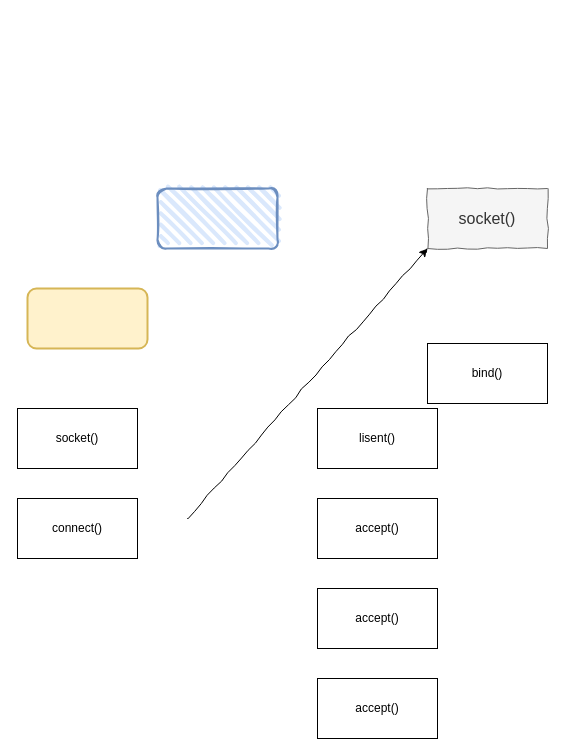
Earlier version of the draw.io diagram Untitled Diagram.drawio (muxicode/c153080686). Source tidied: cells renumbered, new cells numbered last; positions are measured from the earlier drawing's top-left corner, leaving out a move shared by most shapes. Both pictures are drawn from the tidied source at 100%, with x=0, y=0 at pixel (17, 188).
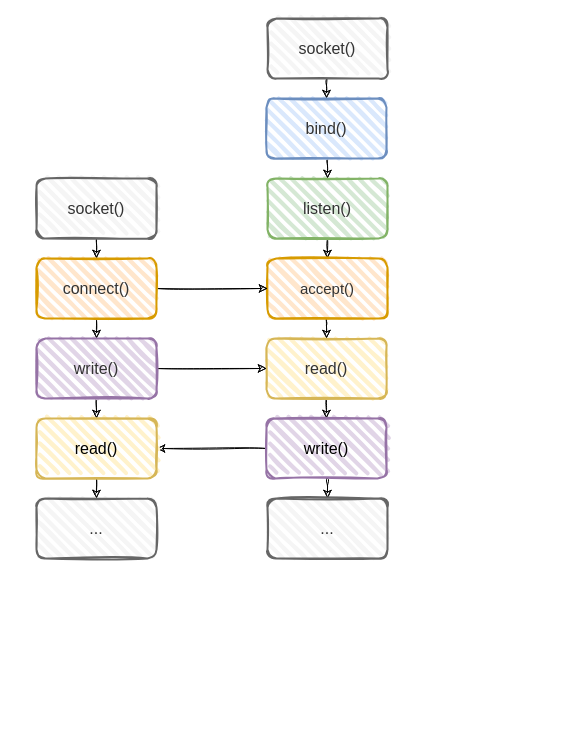
The same page after the edit.

Commit message:
普通socket交互图

What changed in the source:
```diff
@@
-    <mxCell id="2" value="socket()" style="whiteSpace=wrap;html=1;fontSize=16;fillColor=#f5f5f5;strokeColor=#666666;fontColor=#333333;gradientColor=none;comic=1;" parent="1" vertex="1">
-      <mxGeometry x="410" width="120" height="60" as="geometry" />
-    </mxCell>
+    <mxCell id="13" style="edgeStyle=orthogonalEdgeStyle;rounded=1;comic=1;jettySize=auto;html=1;exitX=0.5;exitY=1;exitDx=0;exitDy=0;entryX=0.5;entryY=0;entryDx=0;entryDy=0;fontSize=16;shadow=0;sketch=1;" parent="1" edge="1" source="11" target="3">
+      <mxGeometry relative="1" as="geometry" />
+    </mxCell>
+    <mxCell id="11" value="&lt;span style=&quot;color: rgb(51, 51, 51); font-size: 16px;&quot;&gt;socket()&lt;/span&gt;" style="rounded=1;whiteSpace=wrap;html=1;strokeWidth=2;fillWeight=4;hachureGap=8;hachureAngle=45;fillColor=#f5f5f5;fontSize=12;strokeColor=#666666;shadow=0;glass=0;sketch=1;fillStyle=hachure;fontColor=#333333;" parent="1" vertex="1">
+      <mxGeometry x="250" y="-170" width="120" height="60" as="geometry" />
+    </mxCell>
+    <mxCell id="14" style="edgeStyle=orthogonalEdgeStyle;rounded=1;comic=1;jettySize=auto;html=1;exitX=0.5;exitY=1;exitDx=0;exitDy=0;entryX=0.5;entryY=0;entryDx=0;entryDy=0;fontSize=16;shadow=0;sketch=1;" parent="1" edge="1" source="3" target="16">
+      <mxGeometry relative="1" as="geometry" />
+    </mxCell>
-    <mxCell id="3" value="bind()" style="whiteSpace=wrap;html=1;" parent="1" vertex="1">
-      <mxGeometry x="410" y="155" width="120" height="60" as="geometry" />
+    <mxCell id="3" value="&lt;span style=&quot;color: rgb(51, 51, 51); font-size: 16px;&quot;&gt;bind()&lt;/span&gt;" style="rounded=1;whiteSpace=wrap;html=1;strokeWidth=2;fillWeight=4;hachureGap=8;hachureAngle=45;fillColor=#dae8fc;fontSize=16;strokeColor=#6c8ebf;shadow=0;glass=0;sketch=1;fillStyle=hachure;" parent="1" vertex="1">
+      <mxGeometry x="249" y="-90" width="120" height="60" as="geometry" />
     </mxCell>
-    <mxCell id="4" value="lisent()" style="whiteSpace=wrap;html=1;" parent="1" vertex="1">
-      <mxGeometry x="300" y="220" width="120" height="60" as="geometry" />
-    </mxCell>
-    <mxCell id="5" value="accept()" style="whiteSpace=wrap;html=1;" parent="1" vertex="1">
-      <mxGeometry x="300" y="310" width="120" height="60" as="geometry" />
-    </mxCell>
-    <mxCell id="6" value="accept()" style="whiteSpace=wrap;html=1;" parent="1" vertex="1">
-      <mxGeometry x="300" y="400" width="120" height="60" as="geometry" />
-    </mxCell>
-    <mxCell id="7" value="accept()" style="whiteSpace=wrap;html=1;" parent="1" vertex="1">
-      <mxGeometry x="300" y="490" width="120" height="60" as="geometry" />
-    </mxCell>
+    <mxCell id="15" style="edgeStyle=orthogonalEdgeStyle;rounded=1;comic=1;jettySize=auto;html=1;exitX=0.5;exitY=1;exitDx=0;exitDy=0;entryX=0.5;entryY=0;entryDx=0;entryDy=0;fontSize=16;shadow=0;sketch=1;" parent="1" edge="1" source="16" target="18">
+      <mxGeometry relative="1" as="geometry" />
+    </mxCell>
+    <mxCell id="16" value="&lt;span style=&quot;color: rgb(51, 51, 51); font-size: 16px;&quot;&gt;listen()&lt;/span&gt;" style="rounded=1;whiteSpace=wrap;html=1;strokeWidth=2;fillWeight=4;hachureGap=8;hachureAngle=45;fillColor=#d5e8d4;fontSize=16;strokeColor=#82b366;shadow=0;glass=0;sketch=1;fillStyle=hachure;" parent="1" vertex="1">
+      <mxGeometry x="250" y="-10" width="120" height="60" as="geometry" />
+    </mxCell>
+    <mxCell id="17" style="edgeStyle=orthogonalEdgeStyle;rounded=1;comic=1;jettySize=auto;html=1;exitX=0.5;exitY=1;exitDx=0;exitDy=0;entryX=0.5;entryY=0;entryDx=0;entryDy=0;fontSize=16;shadow=0;sketch=1;" parent="1" edge="1" source="18" target="24">
+      <mxGeometry relative="1" as="geometry" />
+    </mxCell>
+    <mxCell id="18" value="&lt;span style=&quot;color: rgb(51, 51, 51); font-size: 15px;&quot;&gt;accept()&lt;/span&gt;" style="rounded=1;whiteSpace=wrap;html=1;strokeWidth=2;fillWeight=4;hachureGap=8;hachureAngle=45;fillColor=#ffe6cc;fontSize=15;strokeColor=#d79b00;shadow=0;glass=0;sketch=1;fillStyle=hachure;" parent="1" vertex="1">
+      <mxGeometry x="250" y="70" width="120" height="60" as="geometry" />
+    </mxCell>
+    <mxCell id="19" style="edgeStyle=orthogonalEdgeStyle;rounded=1;comic=1;jettySize=auto;html=1;exitX=0.5;exitY=1;exitDx=0;exitDy=0;entryX=0.5;entryY=0;entryDx=0;entryDy=0;fontSize=16;shadow=0;sketch=1;" parent="1" edge="1" source="20" target="8">
+      <mxGeometry relative="1" as="geometry" />
+    </mxCell>
+    <mxCell id="20" value="&lt;span style=&quot;color: rgb(51, 51, 51); font-size: 16px;&quot;&gt;socket()&lt;/span&gt;" style="rounded=1;whiteSpace=wrap;html=1;strokeWidth=2;fillWeight=4;hachureGap=8;hachureAngle=45;fillColor=#f5f5f5;fontSize=12;strokeColor=#666666;shadow=0;glass=0;sketch=1;fillStyle=hachure;fontColor=#333333;" parent="1" vertex="1">
+      <mxGeometry x="19" y="-10" width="120" height="60" as="geometry" />
+    </mxCell>
+    <mxCell id="21" style="edgeStyle=orthogonalEdgeStyle;rounded=1;comic=1;jettySize=auto;html=1;exitX=1;exitY=0.5;exitDx=0;exitDy=0;entryX=0;entryY=0.5;entryDx=0;entryDy=0;fontSize=16;shadow=0;sketch=1;" parent="1" edge="1" source="8" target="18">
+      <mxGeometry relative="1" as="geometry" />
+    </mxCell>
+    <mxCell id="22" style="edgeStyle=orthogonalEdgeStyle;rounded=1;comic=1;jettySize=auto;html=1;exitX=0.5;exitY=1;exitDx=0;exitDy=0;entryX=0.5;entryY=0;entryDx=0;entryDy=0;fontSize=16;shadow=0;sketch=1;" parent="1" edge="1" source="8" target="27">
+      <mxGeometry relative="1" as="geometry" />
+    </mxCell>
-    <mxCell id="8" value="connect()" style="whiteSpace=wrap;html=1;" parent="1" vertex="1">
-      <mxGeometry y="310" width="120" height="60" as="geometry" />
+    <mxCell id="8" value="&lt;span style=&quot;color: rgb(51, 51, 51); font-size: 16px;&quot;&gt;connect()&lt;/span&gt;" style="rounded=1;whiteSpace=wrap;html=1;strokeWidth=2;fillWeight=4;hachureGap=8;hachureAngle=45;fillColor=#ffe6cc;fontSize=12;strokeColor=#d79b00;shadow=0;glass=0;sketch=1;fillStyle=hachure;" parent="1" vertex="1">
+      <mxGeometry x="19" y="70" width="120" height="60" as="geometry" />
     </mxCell>
-    <mxCell id="9" value="socket()" style="whiteSpace=wrap;html=1;" parent="1" vertex="1">
-      <mxGeometry y="220" width="120" height="60" as="geometry" />
-    </mxCell>
-    <mxCell id="10" style="rounded=1;whiteSpace=wrap;html=1;strokeWidth=2;fillWeight=4;hachureGap=8;hachureAngle=45;fillColor=#fff2cc;fontSize=12;strokeColor=#d6b656;" parent="1" vertex="1">
-      <mxGeometry x="10" y="100" width="120" height="60" as="geometry" />
-    </mxCell>
-    <mxCell id="11" style="rounded=1;whiteSpace=wrap;html=1;strokeWidth=2;fillWeight=4;hachureGap=8;hachureAngle=45;fillColor=#dae8fc;fontSize=12;strokeColor=#6c8ebf;shadow=0;glass=0;sketch=1;fillStyle=hachure;" parent="1" vertex="1">
-      <mxGeometry x="140" width="120" height="60" as="geometry" />
-    </mxCell>
-    <mxCell id="12" style="endArrow=classic;html=1;rounded=1;fontSize=16;entryX=0;entryY=1;entryDx=0;entryDy=0;comic=1;" parent="1" edge="1" target="2">
-      <mxGeometry relative="1" as="geometry">
-        <mxPoint x="170" y="330" as="sourcePoint" />
-      </mxGeometry>
-    </mxCell>
+    <mxCell id="23" style="edgeStyle=orthogonalEdgeStyle;rounded=1;comic=1;sketch=1;jettySize=auto;html=1;exitX=0.5;exitY=1;exitDx=0;exitDy=0;entryX=0.5;entryY=0;entryDx=0;entryDy=0;shadow=0;fontSize=16;" parent="1" edge="1" source="24" target="30">
+      <mxGeometry relative="1" as="geometry" />
+    </mxCell>
+    <mxCell id="24" value="&lt;span style=&quot;color: rgb(51, 51, 51); font-size: 16px;&quot;&gt;read()&lt;/span&gt;" style="rounded=1;whiteSpace=wrap;html=1;strokeWidth=2;fillWeight=4;hachureGap=8;hachureAngle=45;fillColor=#fff2cc;fontSize=12;strokeColor=#d6b656;shadow=0;glass=0;sketch=1;fillStyle=hachure;" parent="1" vertex="1">
+      <mxGeometry x="249" y="150" width="120" height="60" as="geometry" />
+    </mxCell>
+    <mxCell id="25" style="edgeStyle=orthogonalEdgeStyle;rounded=1;comic=1;jettySize=auto;html=1;exitX=1;exitY=0.5;exitDx=0;exitDy=0;entryX=0;entryY=0.5;entryDx=0;entryDy=0;fontSize=16;shadow=0;sketch=1;" parent="1" edge="1" source="27" target="24">
+      <mxGeometry relative="1" as="geometry" />
+    </mxCell>
+    <mxCell id="26" style="edgeStyle=orthogonalEdgeStyle;rounded=1;comic=1;jettySize=auto;html=1;exitX=0.5;exitY=1;exitDx=0;exitDy=0;entryX=0.5;entryY=0;entryDx=0;entryDy=0;fontSize=16;shadow=0;sketch=1;" parent="1" edge="1" source="27" target="32">
+      <mxGeometry relative="1" as="geometry" />
+    </mxCell>
+    <mxCell id="27" value="&lt;span style=&quot;color: rgb(51, 51, 51); font-size: 16px;&quot;&gt;write&lt;/span&gt;&lt;span style=&quot;color: rgb(51, 51, 51); font-size: 16px;&quot;&gt;()&lt;/span&gt;" style="rounded=1;whiteSpace=wrap;html=1;strokeWidth=2;fillWeight=4;hachureGap=8;hachureAngle=45;fillColor=#e1d5e7;fontSize=12;strokeColor=#9673a6;shadow=0;glass=0;sketch=1;fillStyle=hachure;" parent="1" vertex="1">
+      <mxGeometry x="19" y="150" width="120" height="60" as="geometry" />
+    </mxCell>
+    <mxCell id="28" style="edgeStyle=orthogonalEdgeStyle;rounded=1;comic=1;jettySize=auto;html=1;exitX=0;exitY=0.5;exitDx=0;exitDy=0;entryX=1;entryY=0.5;entryDx=0;entryDy=0;fontSize=16;shadow=0;sketch=1;" parent="1" edge="1" source="30" target="32">
+      <mxGeometry relative="1" as="geometry" />
+    </mxCell>
+    <mxCell id="29" style="edgeStyle=orthogonalEdgeStyle;rounded=1;comic=1;sketch=1;jettySize=auto;html=1;exitX=0.5;exitY=1;exitDx=0;exitDy=0;entryX=0.5;entryY=0;entryDx=0;entryDy=0;shadow=0;fontSize=16;" parent="1" edge="1" source="30" target="34">
+      <mxGeometry relative="1" as="geometry" />
+    </mxCell>
+    <mxCell id="30" value="&lt;span style=&quot;font-size: 16px;&quot;&gt;write()&lt;/span&gt;" style="rounded=1;whiteSpace=wrap;html=1;strokeWidth=2;fillWeight=4;hachureGap=8;hachureAngle=45;fillColor=#e1d5e7;fontSize=12;strokeColor=#9673a6;shadow=0;glass=0;sketch=1;fillStyle=hachure;" parent="1" vertex="1">
+      <mxGeometry x="249" y="230" width="120" height="60" as="geometry" />
+    </mxCell>
+    <mxCell id="31" style="edgeStyle=orthogonalEdgeStyle;rounded=1;comic=1;jettySize=auto;html=1;exitX=0.5;exitY=1;exitDx=0;exitDy=0;entryX=0.5;entryY=0;entryDx=0;entryDy=0;fontSize=16;shadow=0;sketch=1;" parent="1" edge="1" source="32" target="33">
+      <mxGeometry relative="1" as="geometry" />
+    </mxCell>
+    <mxCell id="32" value="&lt;span style=&quot;font-size: 16px;&quot;&gt;read()&lt;/span&gt;" style="rounded=1;whiteSpace=wrap;html=1;strokeWidth=2;fillWeight=4;hachureGap=8;hachureAngle=45;fillColor=#fff2cc;fontSize=12;strokeColor=#d6b656;shadow=0;glass=0;sketch=1;fillStyle=hachure;" parent="1" vertex="1">
+      <mxGeometry x="19" y="230" width="120" height="60" as="geometry" />
+    </mxCell>
+    <mxCell id="33" value="&lt;span style=&quot;font-size: 16px;&quot;&gt;...&lt;/span&gt;" style="rounded=1;whiteSpace=wrap;html=1;strokeWidth=2;fillWeight=4;hachureGap=8;hachureAngle=45;fillColor=#f5f5f5;fontSize=12;strokeColor=#666666;shadow=0;glass=0;sketch=1;fillStyle=hachure;fontColor=#333333;" parent="1" vertex="1">
+      <mxGeometry x="19" y="310" width="120" height="60" as="geometry" />
+    </mxCell>
+    <mxCell id="34" value="&lt;span style=&quot;font-size: 16px;&quot;&gt;...&lt;/span&gt;" style="rounded=1;whiteSpace=wrap;html=1;strokeWidth=2;fillWeight=4;hachureGap=8;hachureAngle=45;fillColor=#f5f5f5;fontSize=12;strokeColor=#666666;shadow=0;glass=0;sketch=1;fillStyle=hachure;fontColor=#333333;" parent="1" vertex="1">
+      <mxGeometry x="250" y="310" width="120" height="60" as="geometry" />
+    </mxCell>
```
